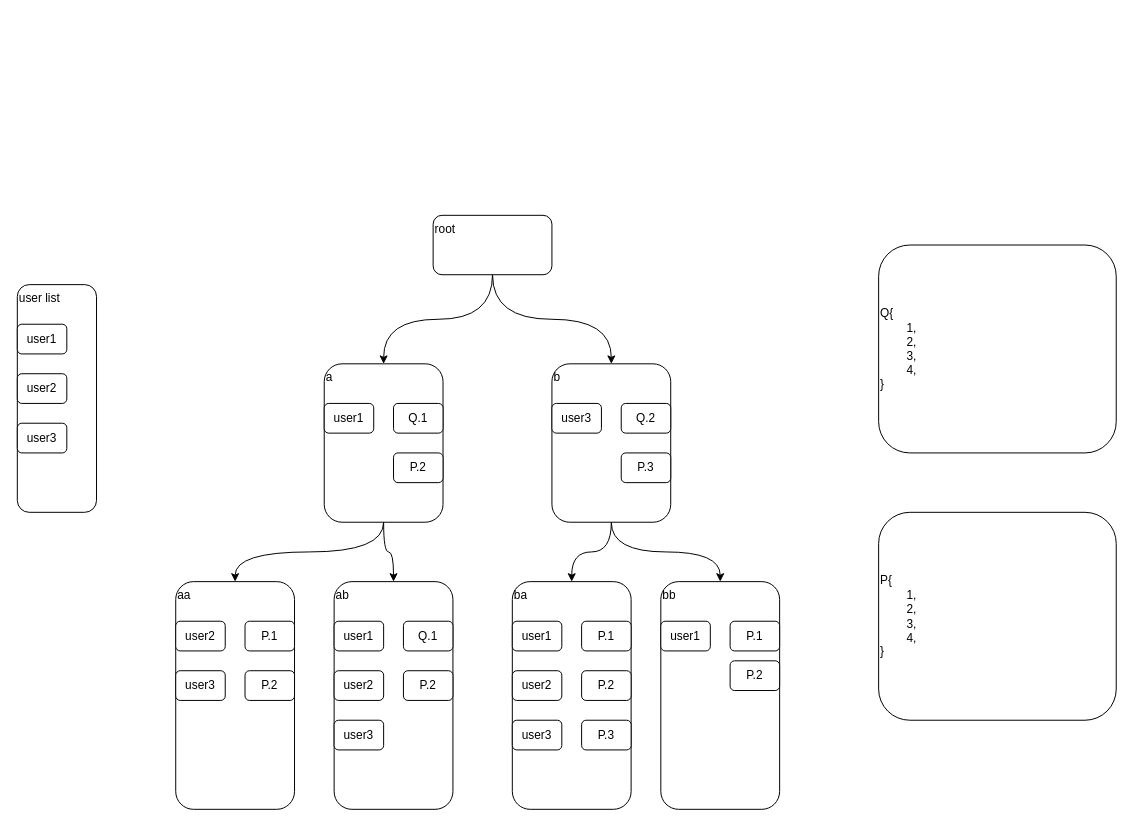
This is permission.drawio from xyfll7/xyfll7.github.io, a draw.io file, before an edit. Source tidied: cells renumbered, new cells numbered last; positions are measured from the earlier drawing's top-left corner, leaving out a move shared by most shapes. Both pictures are drawn from the tidied source at 99%, with x=0, y=0 at pixel (17, 215).
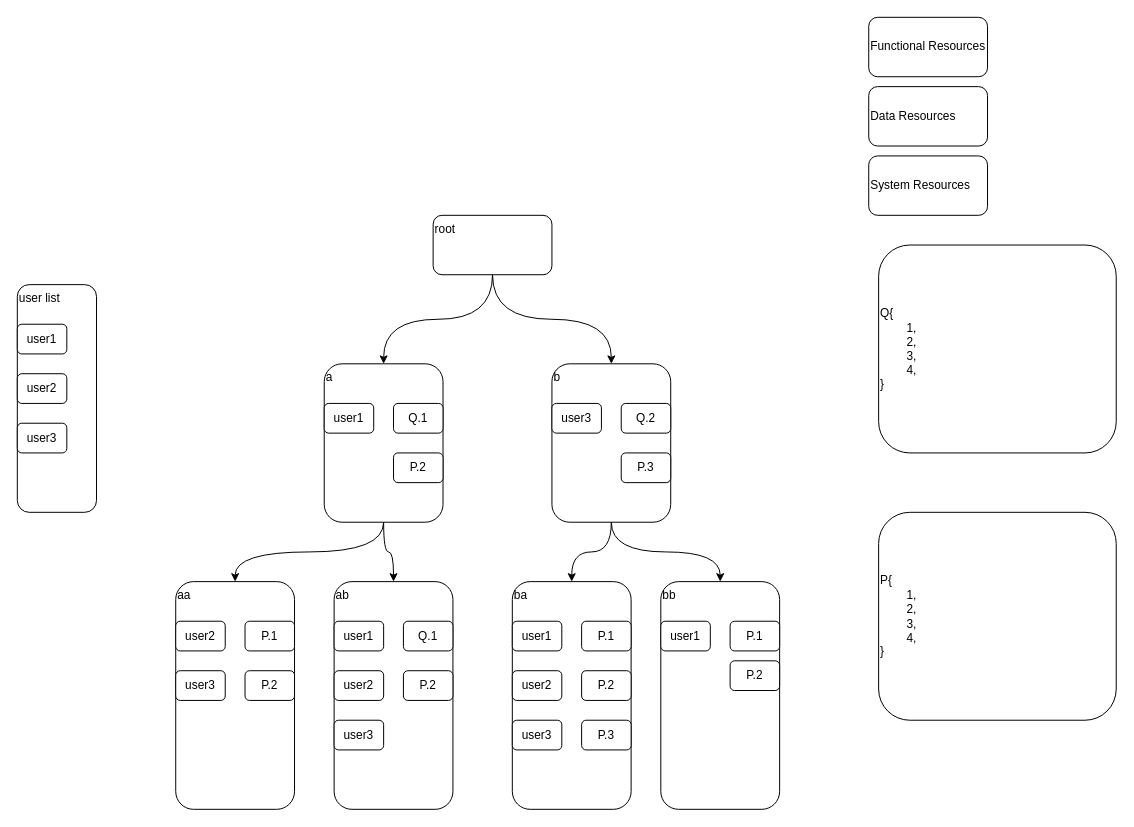
Above is the later version.

Diff of the diagram source:
```diff
@@
+    <mxCell id="45" value="Functional Resources" style="rounded=1;whiteSpace=wrap;html=1;align=left;" parent="1" vertex="1">
+      <mxGeometry x="860" y="-200" width="120" height="60" as="geometry" />
+    </mxCell>
+    <mxCell id="46" value="Data Resources" style="rounded=1;whiteSpace=wrap;html=1;align=left;" parent="1" vertex="1">
+      <mxGeometry x="860" y="-130" width="120" height="60" as="geometry" />
+    </mxCell>
+    <mxCell id="47" value="System Resources" style="rounded=1;whiteSpace=wrap;html=1;align=left;" parent="1" vertex="1">
+      <mxGeometry x="860" y="-60" width="120" height="60" as="geometry" />
+    </mxCell>
```
